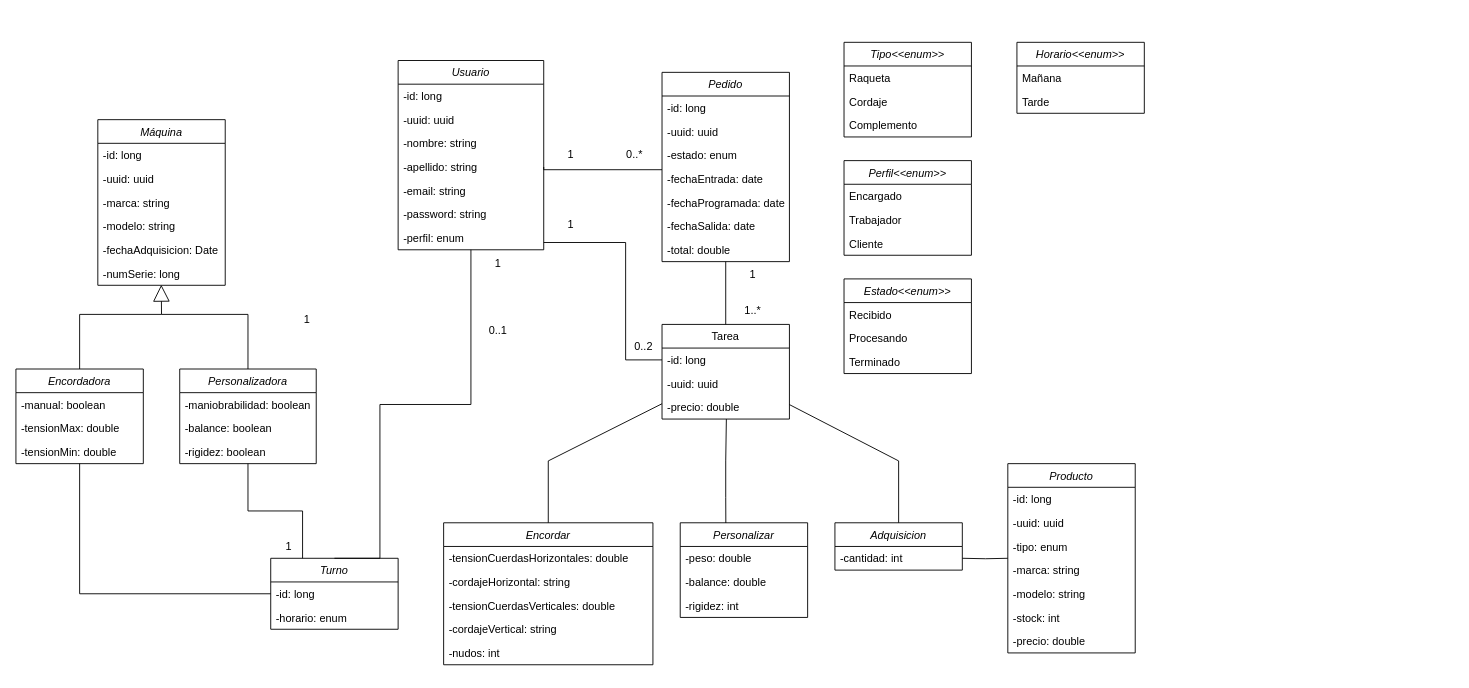
The draw.io diagram image/tennislab.drawio in Mario999X/tennisLab_Exposed, before the edit. Source tidied: cells renumbered, new cells numbered last; positions are measured from the earlier drawing's top-left corner, leaving out a move shared by most shapes. Both pictures are drawn from the tidied source at 91%, with x=0, y=0 at pixel (15, 42).
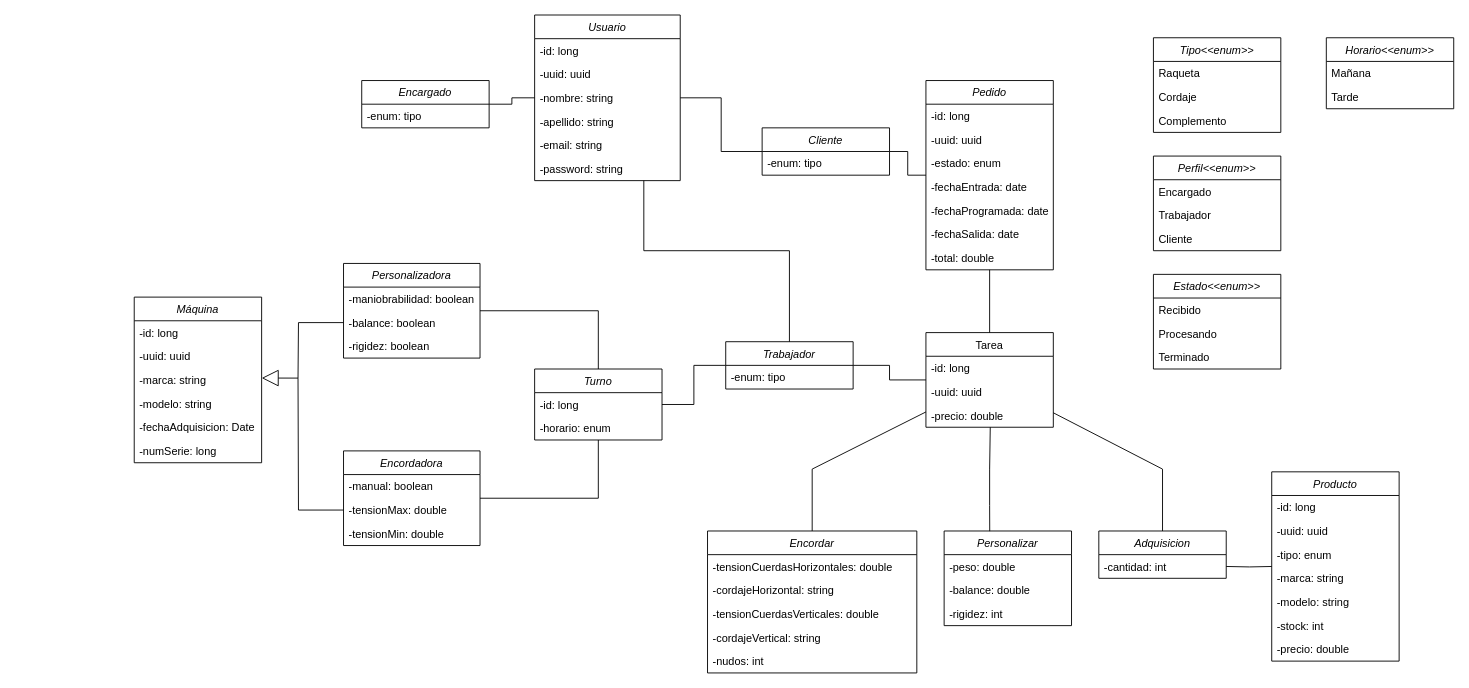
Above is the later version.

The change refers to these unchanged cells:
```xml
<mxCell id="6" value="-apellido: string" style="text;align=left;verticalAlign=top;spacingLeft=4;spacingRight=4;overflow=hidden;points=[[0,0.5],[1,0.5]];portConstraint=eastwest;rounded=0;shadow=0;html=0;" parent="2" vertex="1">
  <mxGeometry y="104" width="160" height="26" as="geometry" />
</mxCell>
<mxCell id="17" value="-marca: string" style="text;strokeColor=none;fillColor=none;align=left;verticalAlign=top;spacingLeft=4;spacingRight=4;overflow=hidden;points=[[0,0.5],[1,0.5]];portConstraint=eastwest;" parent="14" vertex="1">
  <mxGeometry y="78" width="140" height="26" as="geometry" />
</mxCell>
<mxCell id="20" value="-numSerie: long" style="text;strokeColor=none;fillColor=none;align=left;verticalAlign=top;spacingLeft=4;spacingRight=4;overflow=hidden;points=[[0,0.5],[1,0.5]];portConstraint=eastwest;" parent="14" vertex="1">
  <mxGeometry y="156" width="140" height="26" as="geometry" />
</mxCell>
<mxCell id="29" value="-balance: boolean" style="text;strokeColor=none;fillColor=none;align=left;verticalAlign=top;spacingLeft=4;spacingRight=4;overflow=hidden;points=[[0,0.5],[1,0.5]];portConstraint=eastwest;" parent="27" vertex="1">
  <mxGeometry y="52" width="150" height="26" as="geometry" />
</mxCell>
<mxCell id="33" value="-id: long" style="text;strokeColor=none;fillColor=none;align=left;verticalAlign=top;spacingLeft=4;spacingRight=4;overflow=hidden;points=[[0,0.5],[1,0.5]];portConstraint=eastwest;" parent="32" vertex="1">
  <mxGeometry y="26" width="140" height="26" as="geometry" />
</mxCell>
<mxCell id="35" value="-precio: double" style="text;strokeColor=none;fillColor=none;align=left;verticalAlign=top;spacingLeft=4;spacingRight=4;overflow=hidden;points=[[0,0.5],[1,0.5]];portConstraint=eastwest;" parent="32" vertex="1">
  <mxGeometry y="78" width="140" height="26" as="geometry" />
</mxCell>
<mxCell id="80" value="-id: long&#10;" style="text;strokeColor=none;fillColor=none;align=left;verticalAlign=top;spacingLeft=4;spacingRight=4;overflow=hidden;points=[[0,0.5],[1,0.5]];portConstraint=eastwest;" parent="79" vertex="1">
  <mxGeometry y="26" width="140" height="26" as="geometry" />
</mxCell>
```

Diff of the diagram source:
```diff
@@
     <mxCell id="2" value="Usuario" style="swimlane;fontStyle=2;align=center;verticalAlign=top;horizontal=1;startSize=26;rounded=0;shadow=0;strokeWidth=1;" parent="1" vertex="1">
-      <mxGeometry x="420" y="20" width="160" height="208" as="geometry" />
+      <mxGeometry x="570" y="-30" width="160" height="182" as="geometry" />
     </mxCell>
@@
-    <mxCell id="9" value="-perfil: enum" style="text;align=left;verticalAlign=top;spacingLeft=4;spacingRight=4;overflow=hidden;" parent="2" vertex="1">
-      <mxGeometry y="182" width="160" height="26" as="geometry" />
-    </mxCell>
     <mxCell id="10" value="Perfil&lt;&lt;enum&gt;&gt;" style="swimlane;fontStyle=2;horizontal=1;startSize=26;fillColor=none;" parent="1" vertex="1">
-      <mxGeometry x="910" y="130" width="140" height="104" as="geometry" />
+      <mxGeometry x="1250" y="125" width="140" height="104" as="geometry" />
     </mxCell>
@@
     <mxCell id="14" value="Máquina" style="swimlane;fontStyle=2;horizontal=1;startSize=26;fillColor=none;" parent="1" vertex="1">
-      <mxGeometry x="90" y="85" width="140" height="182" as="geometry" />
+      <mxGeometry x="130" y="280" width="140" height="182" as="geometry" />
     </mxCell>
@@
-    <mxCell id="21" style="edgeStyle=none;rounded=0;jettySize=auto;html=1;exitX=0.5;exitY=0;exitDx=0;exitDy=0;startArrow=none;startFill=0;endArrow=none;endFill=0;endSize=10;" parent="1" edge="1" source="22">
-      <mxGeometry relative="1" as="geometry">
-        <mxPoint x="160" y="299" as="targetPoint" />
-        <Array as="points">
-          <mxPoint x="70" y="299" />
-        </Array>
-      </mxGeometry>
-    </mxCell>
+    <mxCell id="99" style="edgeStyle=orthogonalEdgeStyle;rounded=0;jettySize=auto;html=1;endArrow=none;endFill=0;" parent="1" edge="1" source="22" target="79">
+      <mxGeometry relative="1" as="geometry" />
+    </mxCell>
     <mxCell id="22" value="Encordadora" style="swimlane;fontStyle=2;horizontal=1;startSize=26;fillColor=none;" parent="1" vertex="1">
-      <mxGeometry y="359" width="140" height="104" as="geometry" />
+      <mxGeometry x="360" y="449" width="150" height="104" as="geometry" />
     </mxCell>
     <mxCell id="23" value="-manual: boolean" style="text;strokeColor=none;fillColor=none;align=left;verticalAlign=top;spacingLeft=4;spacingRight=4;overflow=hidden;" parent="22" vertex="1">
-      <mxGeometry y="26" width="140" height="26" as="geometry" />
+      <mxGeometry y="26" width="150" height="26" as="geometry" />
     </mxCell>
     <mxCell id="24" value="-tensionMax: double" style="text;strokeColor=none;fillColor=none;align=left;verticalAlign=top;spacingLeft=4;spacingRight=4;overflow=hidden;points=[[0,0.5],[1,0.5]];portConstraint=eastwest;" parent="22" vertex="1">
-      <mxGeometry y="52" width="140" height="26" as="geometry" />
+      <mxGeometry y="52" width="150" height="26" as="geometry" />
     </mxCell>
     <mxCell id="25" value="-tensionMin: double" style="text;strokeColor=none;fillColor=none;align=left;verticalAlign=top;spacingLeft=4;spacingRight=4;overflow=hidden;" parent="22" vertex="1">
-      <mxGeometry y="78" width="140" height="26" as="geometry" />
+      <mxGeometry y="78" width="150" height="26" as="geometry" />
     </mxCell>
-    <mxCell id="26" style="edgeStyle=none;rounded=0;jettySize=auto;html=1;exitX=0.5;exitY=0;exitDx=0;exitDy=0;startArrow=none;startFill=0;endArrow=none;endFill=0;endSize=10;" parent="1" edge="1" source="27">
-      <mxGeometry relative="1" as="geometry">
-        <mxPoint x="160" y="299" as="targetPoint" />
-        <Array as="points">
-          <mxPoint x="255" y="299" />
-        </Array>
-      </mxGeometry>
-    </mxCell>
+    <mxCell id="100" style="edgeStyle=orthogonalEdgeStyle;rounded=0;jettySize=auto;html=1;endArrow=none;endFill=0;" parent="1" edge="1" source="27" target="79">
+      <mxGeometry relative="1" as="geometry" />
+    </mxCell>
     <mxCell id="27" value="Personalizadora" style="swimlane;fontStyle=2;horizontal=1;startSize=26;fillColor=none;" parent="1" vertex="1">
-      <mxGeometry x="180" y="359" width="150" height="104" as="geometry" />
+      <mxGeometry x="360" y="243" width="150" height="104" as="geometry" />
     </mxCell>
@@
     <mxCell id="32" value="Tarea" style="swimlane;fontStyle=0;horizontal=1;startSize=26;fillColor=none;" parent="1" vertex="1">
-      <mxGeometry x="710" y="310" width="140" height="104" as="geometry" />
+      <mxGeometry x="1000" y="319" width="140" height="104" as="geometry" />
     </mxCell>
@@
     <mxCell id="36" value="Pedido" style="swimlane;fontStyle=2;horizontal=1;startSize=26;fillColor=none;" parent="1" vertex="1">
-      <mxGeometry x="710" y="33" width="140" height="208" as="geometry" />
+      <mxGeometry x="1000" y="42" width="140" height="208" as="geometry" />
     </mxCell>
@@
     <mxCell id="44" value="Estado&lt;&lt;enum&gt;&gt;" style="swimlane;fontStyle=2;horizontal=1;startSize=26;fillColor=none;" parent="1" vertex="1">
-      <mxGeometry x="910" y="260" width="140" height="104" as="geometry" />
+      <mxGeometry x="1250" y="255" width="140" height="104" as="geometry" />
     </mxCell>
@@
     <mxCell id="48" value="Producto" style="swimlane;fontStyle=2;horizontal=1;startSize=26;fillColor=none;" parent="1" vertex="1">
-      <mxGeometry x="1090" y="463" width="140" height="208" as="geometry" />
+      <mxGeometry x="1380" y="472" width="140" height="208" as="geometry" />
     </mxCell>
@@
     <mxCell id="56" value="Tipo&lt;&lt;enum&gt;&gt;" style="swimlane;fontStyle=2;horizontal=1;startSize=26;fillColor=none;" parent="1" vertex="1">
-      <mxGeometry x="910" width="140" height="104" as="geometry" />
+      <mxGeometry x="1250" y="-5" width="140" height="104" as="geometry" />
     </mxCell>
@@
     <mxCell id="60" style="edgeStyle=none;rounded=0;jettySize=auto;html=1;exitX=0.5;exitY=0;exitDx=0;exitDy=0;startArrow=none;startFill=0;endArrow=none;endFill=0;endSize=10;" parent="1" edge="1" source="61" target="32">
       <mxGeometry relative="1" as="geometry">
         <Array as="points">
-          <mxPoint x="585" y="460" />
+          <mxPoint x="875" y="469" />
         </Array>
       </mxGeometry>
     </mxCell>
     <mxCell id="61" value="Encordar" style="swimlane;fontStyle=2;horizontal=1;startSize=26;fillColor=none;" parent="1" vertex="1">
-      <mxGeometry x="470" y="528" width="230" height="156" as="geometry" />
+      <mxGeometry x="760" y="537" width="230" height="156" as="geometry" />
     </mxCell>
@@
     <mxCell id="67" style="edgeStyle=none;rounded=0;jettySize=auto;html=1;exitX=0.358;exitY=0.002;exitDx=0;exitDy=0;startArrow=none;startFill=0;endArrow=none;endFill=0;endSize=10;exitPerimeter=0;" parent="1" edge="1" source="68">
       <mxGeometry relative="1" as="geometry">
-        <mxPoint x="780" y="460" as="targetPoint" />
+        <mxPoint x="1070" y="469" as="targetPoint" />
         <Array as="points">
-          <mxPoint x="780" y="500" />
+          <mxPoint x="1070" y="509" />
         </Array>
       </mxGeometry>
     </mxCell>
     <mxCell id="68" value="Personalizar" style="swimlane;fontStyle=2;horizontal=1;startSize=26;fillColor=none;" parent="1" vertex="1">
-      <mxGeometry x="730" y="528" width="140" height="104" as="geometry" />
+      <mxGeometry x="1020" y="537" width="140" height="104" as="geometry" />
     </mxCell>
@@
     <mxCell id="72" style="edgeStyle=none;rounded=0;jettySize=auto;html=1;exitX=0.5;exitY=0;exitDx=0;exitDy=0;startArrow=none;startFill=0;endArrow=none;endFill=0;endSize=10;" parent="1" edge="1" source="73" target="32">
       <mxGeometry relative="1" as="geometry">
         <Array as="points">
-          <mxPoint x="970" y="460" />
+          <mxPoint x="1260" y="469" />
         </Array>
       </mxGeometry>
     </mxCell>
     <mxCell id="73" value="Adquisicion" style="swimlane;fontStyle=2;horizontal=1;startSize=26;fillColor=none;" parent="1" vertex="1">
-      <mxGeometry x="900" y="528" width="140" height="52" as="geometry" />
+      <mxGeometry x="1190" y="537" width="140" height="52" as="geometry" />
     </mxCell>
@@
     <mxCell id="75" style="edgeStyle=orthogonalEdgeStyle;rounded=0;jettySize=auto;html=1;exitX=1;exitY=0.5;exitDx=0;exitDy=0;endArrow=none;endFill=0;" parent="1" edge="1" target="48">
       <mxGeometry relative="1" as="geometry">
-        <mxPoint x="1040" y="567" as="sourcePoint" />
+        <mxPoint x="1330" y="576" as="sourcePoint" />
       </mxGeometry>
     </mxCell>
-    <mxCell id="76" style="edgeStyle=orthogonalEdgeStyle;rounded=0;jettySize=auto;html=1;exitX=1;exitY=0.5;exitDx=0;exitDy=0;startArrow=none;startFill=0;endArrow=none;endFill=0;" parent="1" edge="1" source="6" target="36">
-      <mxGeometry relative="1" as="geometry">
-        <Array as="points">
-          <mxPoint x="580" y="140" />
-        </Array>
-      </mxGeometry>
-    </mxCell>
-    <mxCell id="77" style="edgeStyle=orthogonalEdgeStyle;rounded=0;jettySize=auto;html=1;exitX=0.5;exitY=0;exitDx=0;exitDy=0;startArrow=none;startFill=0;endArrow=none;endFill=0;" parent="1" edge="1" source="79" target="2">
-      <mxGeometry relative="1" as="geometry">
-        <Array as="points">
-          <mxPoint x="400" y="567" />
-          <mxPoint x="400" y="398" />
-          <mxPoint x="500" y="398" />
-        </Array>
-      </mxGeometry>
-    </mxCell>
-    <mxCell id="78" style="edgeStyle=orthogonalEdgeStyle;rounded=0;jettySize=auto;html=1;exitX=0.25;exitY=0;exitDx=0;exitDy=0;endArrow=none;endFill=0;" parent="1" edge="1" source="79" target="27">
-      <mxGeometry relative="1" as="geometry" />
-    </mxCell>
+    <mxCell id="101" style="edgeStyle=orthogonalEdgeStyle;rounded=0;jettySize=auto;html=1;endArrow=none;endFill=0;" parent="1" edge="1" source="79" target="108">
+      <mxGeometry relative="1" as="geometry" />
+    </mxCell>
     <mxCell id="79" value="Turno" style="swimlane;fontStyle=2;horizontal=1;startSize=26;fillColor=none;" parent="1" vertex="1">
-      <mxGeometry x="280" y="567" width="140" height="78" as="geometry" />
+      <mxGeometry x="570" y="359" width="140" height="78" as="geometry" />
     </mxCell>
@@
     <mxCell id="82" style="endArrow=none;endSize=16;endFill=0;html=1;rounded=0;entryX=0.505;entryY=1;entryDx=0;entryDy=0;entryPerimeter=0;startArrow=none;startFill=0;" parent="1" edge="1" target="35">
       <mxGeometry x="-0.53" y="-50" relative="1" as="geometry">
-        <mxPoint x="780" y="460" as="sourcePoint" />
+        <mxPoint x="1070" y="469" as="sourcePoint" />
       </mxGeometry>
     </mxCell>
-    <mxCell id="83" style="endArrow=block;endSize=16;endFill=0;html=1;rounded=0;entryX=0.498;entryY=0.978;entryDx=0;entryDy=0;entryPerimeter=0;" parent="1" edge="1" target="20">
-      <mxGeometry x="-0.61" y="-112" relative="1" as="geometry">
-        <mxPoint x="160" y="299" as="sourcePoint" />
-      </mxGeometry>
-    </mxCell>
     <mxCell id="84" value="Horario&lt;&lt;enum&gt;&gt;" style="swimlane;fontStyle=2;horizontal=1;startSize=26;fillColor=none;" parent="1" vertex="1">
-      <mxGeometry x="1100" width="140" height="78" as="geometry" />
+      <mxGeometry x="1440" y="-5" width="140" height="78" as="geometry" />
     </mxCell>
@@
-    <mxCell id="87" value="1" style="text;html=1;strokeColor=none;fillColor=none;align=center;verticalAlign=middle;whiteSpace=wrap;rounded=0;" parent="1" vertex="1">
-      <mxGeometry x="290" y="290" width="60" height="30" as="geometry" />
-    </mxCell>
-    <mxCell id="88" value="1" style="text;html=1;strokeColor=none;fillColor=none;align=center;verticalAlign=middle;whiteSpace=wrap;rounded=0;" parent="1" vertex="1">
-      <mxGeometry x="500" y="228" width="60" height="30" as="geometry" />
-    </mxCell>
-    <mxCell id="89" value="1" style="text;html=1;strokeColor=none;fillColor=none;align=center;verticalAlign=middle;whiteSpace=wrap;rounded=0;" parent="1" vertex="1">
-      <mxGeometry x="270" y="539" width="60" height="30" as="geometry" />
-    </mxCell>
-    <mxCell id="90" value="0..1" style="text;html=1;strokeColor=none;fillColor=none;align=center;verticalAlign=middle;whiteSpace=wrap;rounded=0;" parent="1" vertex="1">
-      <mxGeometry x="500" y="302" width="60" height="30" as="geometry" />
-    </mxCell>
-    <mxCell id="91" value="1" style="text;html=1;strokeColor=none;fillColor=none;align=center;verticalAlign=middle;whiteSpace=wrap;rounded=0;" parent="1" vertex="1">
-      <mxGeometry x="580" y="109" width="60" height="30" as="geometry" />
-    </mxCell>
-    <mxCell id="92" value="0..*" style="text;html=1;strokeColor=none;fillColor=none;align=center;verticalAlign=middle;whiteSpace=wrap;rounded=0;" parent="1" vertex="1">
-      <mxGeometry x="650" y="109" width="60" height="30" as="geometry" />
-    </mxCell>
-    <mxCell id="93" value="1" style="text;html=1;strokeColor=none;fillColor=none;align=center;verticalAlign=middle;whiteSpace=wrap;rounded=0;" parent="1" vertex="1">
-      <mxGeometry x="780" y="241" width="60" height="30" as="geometry" />
-    </mxCell>
-    <mxCell id="94" value="1..*" style="text;html=1;strokeColor=none;fillColor=none;align=center;verticalAlign=middle;whiteSpace=wrap;rounded=0;" parent="1" vertex="1">
-      <mxGeometry x="780" y="280" width="60" height="30" as="geometry" />
-    </mxCell>
-    <mxCell id="95" style="edgeStyle=orthogonalEdgeStyle;rounded=0;jettySize=auto;html=1;exitX=0;exitY=0.5;exitDx=0;exitDy=0;endArrow=none;endFill=0;" parent="1" edge="1" source="33" target="2">
-      <mxGeometry relative="1" as="geometry">
-        <Array as="points">
-          <mxPoint x="670" y="349" />
-          <mxPoint x="670" y="220" />
-        </Array>
-      </mxGeometry>
-    </mxCell>
-    <mxCell id="96" value="1" style="text;html=1;strokeColor=none;fillColor=none;align=center;verticalAlign=middle;whiteSpace=wrap;rounded=0;" parent="1" vertex="1">
-      <mxGeometry x="580" y="185" width="60" height="30" as="geometry" />
-    </mxCell>
-    <mxCell id="97" value="0..2" style="text;html=1;strokeColor=none;fillColor=none;align=center;verticalAlign=middle;whiteSpace=wrap;rounded=0;" parent="1" vertex="1">
-      <mxGeometry x="660" y="320" width="60" height="30" as="geometry" />
-    </mxCell>
-    <mxCell id="98" style="edgeStyle=orthogonalEdgeStyle;rounded=0;jettySize=auto;html=1;exitX=0;exitY=0.5;exitDx=0;exitDy=0;endArrow=none;endFill=0;" parent="1" edge="1" source="80" target="22">
-      <mxGeometry relative="1" as="geometry" />
-    </mxCell>
+    <mxCell id="102" style="edgeStyle=orthogonalEdgeStyle;rounded=0;jettySize=auto;html=1;endArrow=none;endFill=0;" parent="1" edge="1" source="104" target="36">
+      <mxGeometry relative="1" as="geometry" />
+    </mxCell>
+    <mxCell id="103" style="edgeStyle=orthogonalEdgeStyle;rounded=0;jettySize=auto;html=1;endArrow=none;endFill=0;" parent="1" edge="1" source="104" target="2">
+      <mxGeometry relative="1" as="geometry" />
+    </mxCell>
+    <mxCell id="104" value="Cliente" style="swimlane;fontStyle=2;horizontal=1;startSize=26;fillColor=none;" parent="1" vertex="1">
+      <mxGeometry x="820" y="94" width="140" height="52" as="geometry" />
+    </mxCell>
+    <mxCell id="105" value="-enum: tipo" style="text;strokeColor=none;fillColor=none;align=left;verticalAlign=top;spacingLeft=4;spacingRight=4;overflow=hidden;" parent="104" vertex="1">
+      <mxGeometry y="26" width="140" height="26" as="geometry" />
+    </mxCell>
+    <mxCell id="106" style="edgeStyle=orthogonalEdgeStyle;rounded=0;jettySize=auto;html=1;endArrow=none;endFill=0;" parent="1" edge="1" source="108" target="32">
+      <mxGeometry relative="1" as="geometry" />
+    </mxCell>
+    <mxCell id="107" style="edgeStyle=orthogonalEdgeStyle;rounded=0;jettySize=auto;html=1;endArrow=none;endFill=0;" parent="1" edge="1" source="108" target="2">
+      <mxGeometry relative="1" as="geometry">
+        <Array as="points">
+          <mxPoint x="850" y="229" />
+          <mxPoint x="690" y="229" />
+        </Array>
+      </mxGeometry>
+    </mxCell>
+    <mxCell id="108" value="Trabajador" style="swimlane;fontStyle=2;horizontal=1;startSize=26;fillColor=none;" parent="1" vertex="1">
+      <mxGeometry x="780" y="329" width="140" height="52" as="geometry" />
+    </mxCell>
+    <mxCell id="109" value="-enum: tipo" style="text;strokeColor=none;fillColor=none;align=left;verticalAlign=top;spacingLeft=4;spacingRight=4;overflow=hidden;" parent="108" vertex="1">
+      <mxGeometry y="26" width="140" height="26" as="geometry" />
+    </mxCell>
+    <mxCell id="110" style="edgeStyle=orthogonalEdgeStyle;rounded=0;jettySize=auto;html=1;endArrow=none;endFill=0;" parent="1" edge="1" source="111" target="2">
+      <mxGeometry relative="1" as="geometry" />
+    </mxCell>
+    <mxCell id="111" value="Encargado" style="swimlane;fontStyle=2;horizontal=1;startSize=26;fillColor=none;" parent="1" vertex="1">
+      <mxGeometry x="380" y="42" width="140" height="52" as="geometry" />
+    </mxCell>
+    <mxCell id="112" value="-enum: tipo" style="text;strokeColor=none;fillColor=none;align=left;verticalAlign=top;spacingLeft=4;spacingRight=4;overflow=hidden;" parent="111" vertex="1">
+      <mxGeometry y="26" width="140" height="26" as="geometry" />
+    </mxCell>
+    <mxCell id="113" style="endArrow=block;endSize=16;endFill=0;html=1;rounded=0;entryX=1.001;entryY=0.42;entryDx=0;entryDy=0;entryPerimeter=0;" parent="1" edge="1" target="17">
+      <mxGeometry relative="1" as="geometry">
+        <mxPoint x="310" y="369" as="sourcePoint" />
+      </mxGeometry>
+    </mxCell>
+    <mxCell id="114" style="edgeStyle=orthogonalEdgeStyle;rounded=0;jettySize=auto;html=1;exitX=0;exitY=0.5;exitDx=0;exitDy=0;endArrow=none;endFill=0;" parent="1" edge="1" source="29">
+      <mxGeometry relative="1" as="geometry">
+        <mxPoint x="310" y="369" as="targetPoint" />
+      </mxGeometry>
+    </mxCell>
+    <mxCell id="115" style="edgeStyle=orthogonalEdgeStyle;rounded=0;jettySize=auto;html=1;exitX=0;exitY=0.5;exitDx=0;exitDy=0;endArrow=none;endFill=0;" parent="1" edge="1" source="24">
+      <mxGeometry relative="1" as="geometry">
+        <mxPoint x="310" y="369" as="targetPoint" />
+      </mxGeometry>
+    </mxCell>
```
